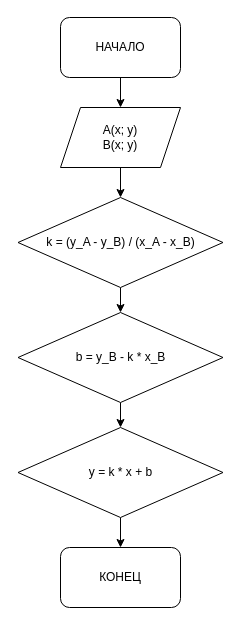
Before: lesson1.task3.drawio in phocaman/geekbrains.homework, a draw.io diagram. Source tidied: cells renumbered, new cells numbered last; positions are measured from the earlier drawing's top-left corner, leaving out a move shared by most shapes. Both pictures are drawn from the tidied source at 100%, with x=0, y=0 at pixel (18, 17).
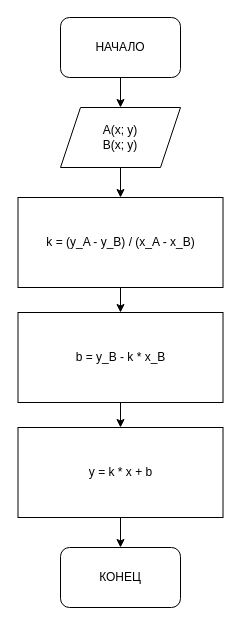
Above is the later version.

What changed in the source:
```diff
@@
 <mxGraphModel>
   <root>
     <mxCell id="0" />
     <mxCell id="1" parent="0" />
     <mxCell id="2" style="edgeStyle=orthogonalEdgeStyle;rounded=0;jettySize=auto;html=1;" parent="1" edge="1" source="3" target="6">
       <mxGeometry relative="1" as="geometry" />
     </mxCell>
     <mxCell id="3" value="НАЧАЛО" style="rounded=1;whiteSpace=wrap;html=1;" parent="1" vertex="1">
       <mxGeometry x="42" width="120" height="60" as="geometry" />
     </mxCell>
     <mxCell id="4" value="КОНЕЦ" style="rounded=1;whiteSpace=wrap;html=1;" parent="1" vertex="1">
       <mxGeometry x="42" y="530" width="120" height="60" as="geometry" />
     </mxCell>
     <mxCell id="5" style="edgeStyle=orthogonalEdgeStyle;rounded=0;jettySize=auto;html=1;" parent="1" edge="1" source="6" target="8">
       <mxGeometry relative="1" as="geometry" />
     </mxCell>
     <mxCell id="6" value="A(x; y)&lt;br&gt;B(x; y)" style="shape=parallelogram;perimeter=parallelogramPerimeter;whiteSpace=wrap;html=1;fixedSize=1;" parent="1" vertex="1">
       <mxGeometry x="42" y="90" width="120" height="60" as="geometry" />
     </mxCell>
     <mxCell id="7" style="edgeStyle=orthogonalEdgeStyle;rounded=0;jettySize=auto;html=1;" parent="1" edge="1" source="8" target="10">
       <mxGeometry relative="1" as="geometry" />
     </mxCell>
-    <mxCell id="8" value="k = (y_A - y_B) / (x_A - x_B)" style="rhombus;whiteSpace=wrap;html=1;" parent="1" vertex="1">
+    <mxCell id="8" value="k = (y_A - y_B) / (x_A - x_B)" style="rounded=0;whiteSpace=wrap;html=1;" parent="1" vertex="1">
       <mxGeometry x="-0.5" y="180" width="205" height="90" as="geometry" />
     </mxCell>
     <mxCell id="9" style="edgeStyle=orthogonalEdgeStyle;rounded=0;jettySize=auto;html=1;" parent="1" edge="1" source="10" target="12">
       <mxGeometry relative="1" as="geometry" />
     </mxCell>
-    <mxCell id="10" value="b = y_B - k * x_B" style="rhombus;whiteSpace=wrap;html=1;" parent="1" vertex="1">
+    <mxCell id="10" value="b = y_B - k * x_B" style="rounded=0;whiteSpace=wrap;html=1;" parent="1" vertex="1">
       <mxGeometry x="-0.5" y="295" width="205" height="90" as="geometry" />
     </mxCell>
     <mxCell id="11" style="edgeStyle=orthogonalEdgeStyle;rounded=0;jettySize=auto;html=1;" parent="1" edge="1" source="12" target="4">
       <mxGeometry relative="1" as="geometry" />
     </mxCell>
-    <mxCell id="12" value="y = k * x + b" style="rhombus;whiteSpace=wrap;html=1;" parent="1" vertex="1">
+    <mxCell id="12" value="y = k * x + b" style="rounded=0;whiteSpace=wrap;html=1;" parent="1" vertex="1">
       <mxGeometry x="-0.5" y="410" width="205" height="90" as="geometry" />
     </mxCell>
   </root>
 </mxGraphModel>
```
